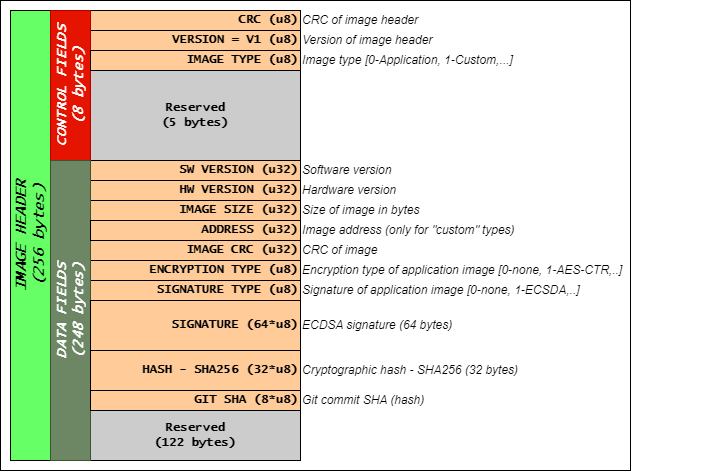
Before: doc/pic/Application_Header_Structure__NEW_V1.png, a diagram exported from draw.io (GeneralEmbeddedCLibraries/revision). Source tidied: cells renumbered, new cells last; positions are measured from the earlier drawing's top-left corner, leaving out a move shared by most shapes.
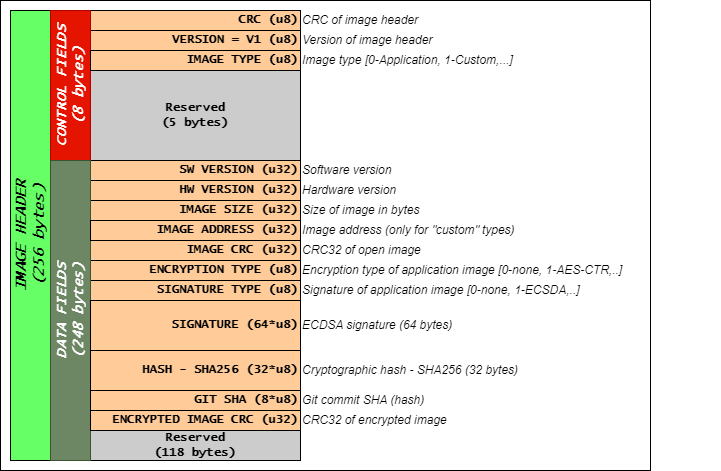
After the change.

Commit message:
- added encrypted image CRC field

Change to the diagram source:
```diff
@@ -3,7 +3,7 @@
     <mxCell id="0" />
     <mxCell id="1" parent="0" />
     <mxCell id="2" style="rounded=0;whiteSpace=wrap;html=1;" parent="1" vertex="1">
-      <mxGeometry width="630" height="470" as="geometry" />
+      <mxGeometry width="650" height="470" as="geometry" />
     </mxCell>
     <mxCell id="3" value="IMAGE HEADER&lt;br style=&quot;font-size: 15px;&quot;&gt;(256 bytes)" style="rounded=0;whiteSpace=wrap;html=1;strokeWidth=1;horizontal=0;fontStyle=3;fillColor=#66FF66;fontSize=15;fontFamily=Lucida Console;" parent="1" vertex="1">
       <mxGeometry x="10" y="10" width="40" height="450" as="geometry" />
@@ -23,8 +23,8 @@
     <mxCell id="8" value="CRC (u8)" style="rounded=0;whiteSpace=wrap;html=1;strokeWidth=1;fontFamily=Lucida Console;fillColor=#FFCC99;fontStyle=1;align=right;" parent="1" vertex="1">
       <mxGeometry x="90" y="10" width="210" height="20" as="geometry" />
     </mxCell>
-    <mxCell id="9" value="Reserved&lt;br&gt;(122 bytes)" style="rounded=0;whiteSpace=wrap;html=1;strokeWidth=1;fontFamily=Lucida Console;fillColor=#CCCCCC;fontStyle=1;" parent="1" vertex="1">
-      <mxGeometry x="90" y="410" width="210" height="50" as="geometry" />
+    <mxCell id="9" value="Reserved&lt;br&gt;(118 bytes)" style="rounded=0;whiteSpace=wrap;html=1;strokeWidth=1;fontFamily=Lucida Console;fillColor=#CCCCCC;fontStyle=1;" parent="1" vertex="1">
+      <mxGeometry x="90" y="430" width="210" height="30" as="geometry" />
     </mxCell>
     <mxCell id="10" value="IMAGE CRC (u32)" style="rounded=0;whiteSpace=wrap;html=1;strokeWidth=1;fontFamily=Lucida Console;fillColor=#FFCC99;fontStyle=1;align=right;" parent="1" vertex="1">
       <mxGeometry x="90" y="240" width="210" height="20" as="geometry" />
@@ -59,7 +59,7 @@
     <mxCell id="20" value="Size of image in bytes" style="text;html=1;strokeColor=none;fillColor=none;align=left;verticalAlign=middle;whiteSpace=wrap;rounded=0;fontStyle=2;" parent="1" vertex="1">
       <mxGeometry x="300" y="200" width="270" height="20" as="geometry" />
     </mxCell>
-    <mxCell id="21" value="CRC of image" style="text;html=1;strokeColor=none;fillColor=none;align=left;verticalAlign=middle;whiteSpace=wrap;rounded=0;fontStyle=2;" parent="1" vertex="1">
+    <mxCell id="21" value="CRC32 of open image" style="text;html=1;strokeColor=none;fillColor=none;align=left;verticalAlign=middle;whiteSpace=wrap;rounded=0;fontStyle=2;" parent="1" vertex="1">
       <mxGeometry x="300" y="240" width="270" height="20" as="geometry" />
     </mxCell>
     <mxCell id="22" value="Encryption type of application image [0-none, 1-AES-CTR,..]" style="text;html=1;strokeColor=none;fillColor=none;align=left;verticalAlign=middle;whiteSpace=wrap;rounded=0;fontStyle=2;" parent="1" vertex="1">
@@ -92,11 +92,17 @@
     <mxCell id="31" value="Image type [0-Application, 1-Custom,...]" style="text;html=1;strokeColor=none;fillColor=none;align=left;verticalAlign=middle;whiteSpace=wrap;rounded=0;fontStyle=2;" parent="1" vertex="1">
       <mxGeometry x="300" y="50" width="270" height="20" as="geometry" />
     </mxCell>
-    <mxCell id="32" value="ADDRESS (u32)" style="rounded=0;whiteSpace=wrap;html=1;strokeWidth=1;fontFamily=Lucida Console;fillColor=#FFCC99;fontStyle=1;align=right;" parent="1" vertex="1">
+    <mxCell id="32" value="IMAGE ADDRESS (u32)" style="rounded=0;whiteSpace=wrap;html=1;strokeWidth=1;fontFamily=Lucida Console;fillColor=#FFCC99;fontStyle=1;align=right;" parent="1" vertex="1">
       <mxGeometry x="90" y="220" width="210" height="20" as="geometry" />
     </mxCell>
     <mxCell id="33" value="Image address (only for &quot;custom&quot; types)" style="text;html=1;strokeColor=none;fillColor=none;align=left;verticalAlign=middle;whiteSpace=wrap;rounded=0;fontStyle=2;" parent="1" vertex="1">
       <mxGeometry x="300" y="220" width="270" height="20" as="geometry" />
     </mxCell>
+    <mxCell id="34" value="ENCRYPTED IMAGE CRC (u32)" style="rounded=0;whiteSpace=wrap;html=1;strokeWidth=1;fontFamily=Lucida Console;fillColor=#FFCC99;fontStyle=1;align=right;" parent="1" vertex="1">
+      <mxGeometry x="90" y="410" width="210" height="20" as="geometry" />
+    </mxCell>
+    <mxCell id="35" value="CRC32 of encrypted image" style="text;html=1;strokeColor=none;fillColor=none;align=left;verticalAlign=middle;whiteSpace=wrap;rounded=0;fontStyle=2;" parent="1" vertex="1">
+      <mxGeometry x="300" y="410" width="270" height="20" as="geometry" />
+    </mxCell>
   </root>
 </mxGraphModel>
```
